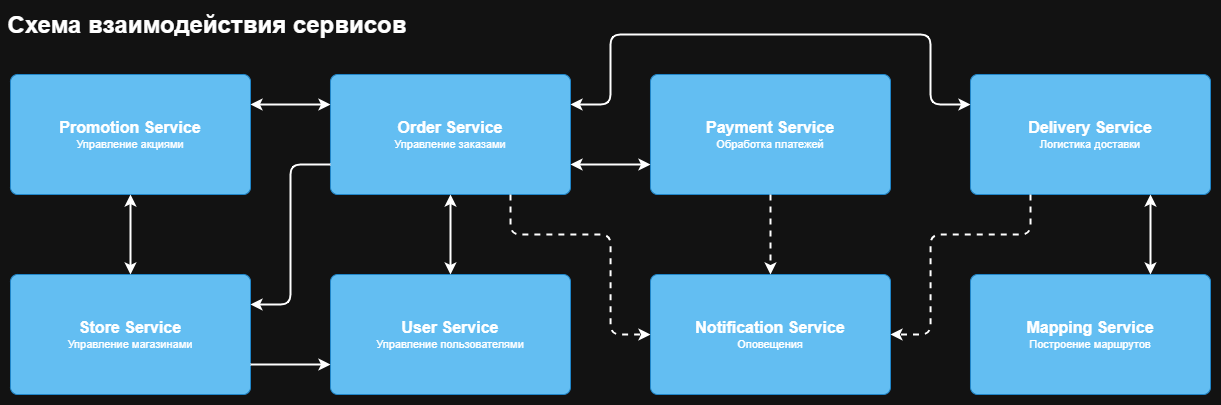
The draw.io diagram lesson-1/hw1_services.drawio.png in confuciy/microservice_architecture, before a commit. Source tidied: cells renumbered, new cells last; positions are measured from the earlier drawing's top-left corner, leaving out a move shared by most shapes.
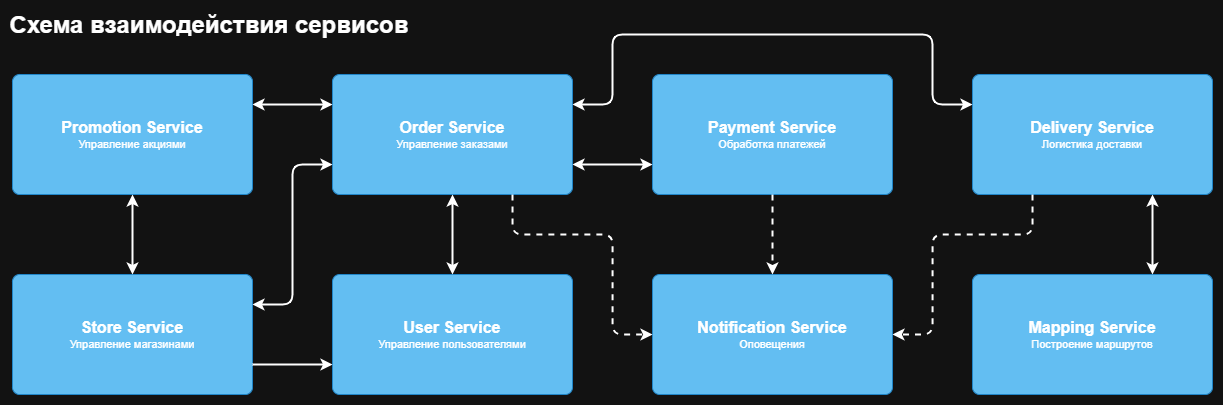
Above is the later version.

What changed in the source:
```diff
@@ -99,7 +99,7 @@
         </Array>
       </mxGeometry>
     </mxCell>
-    <mxCell id="21" style="edgeStyle=orthogonalEdgeStyle;rounded=1;jettySize=auto;html=1;exitX=0;exitY=0.75;exitDx=0;exitDy=0;exitPerimeter=0;entryX=1;entryY=0.25;entryDx=0;entryDy=0;entryPerimeter=0;strokeColor=default;strokeWidth=2;align=center;verticalAlign=middle;fontFamily=Helvetica;fontSize=11;fontColor=default;labelBackgroundColor=default;jumpStyle=arc;startArrow=none;startFill=0;endArrow=classic;curved=0;" parent="1" edge="1" source="2" target="3">
+    <mxCell id="21" style="edgeStyle=orthogonalEdgeStyle;rounded=1;jettySize=auto;html=1;exitX=0;exitY=0.75;exitDx=0;exitDy=0;exitPerimeter=0;entryX=1;entryY=0.25;entryDx=0;entryDy=0;entryPerimeter=0;strokeColor=default;strokeWidth=2;align=center;verticalAlign=middle;fontFamily=Helvetica;fontSize=11;fontColor=default;labelBackgroundColor=default;jumpStyle=arc;startArrow=classic;startFill=1;endArrow=classic;curved=0;" parent="1" edge="1" source="2" target="3">
       <mxGeometry relative="1" as="geometry" />
     </mxCell>
   </root>
```
